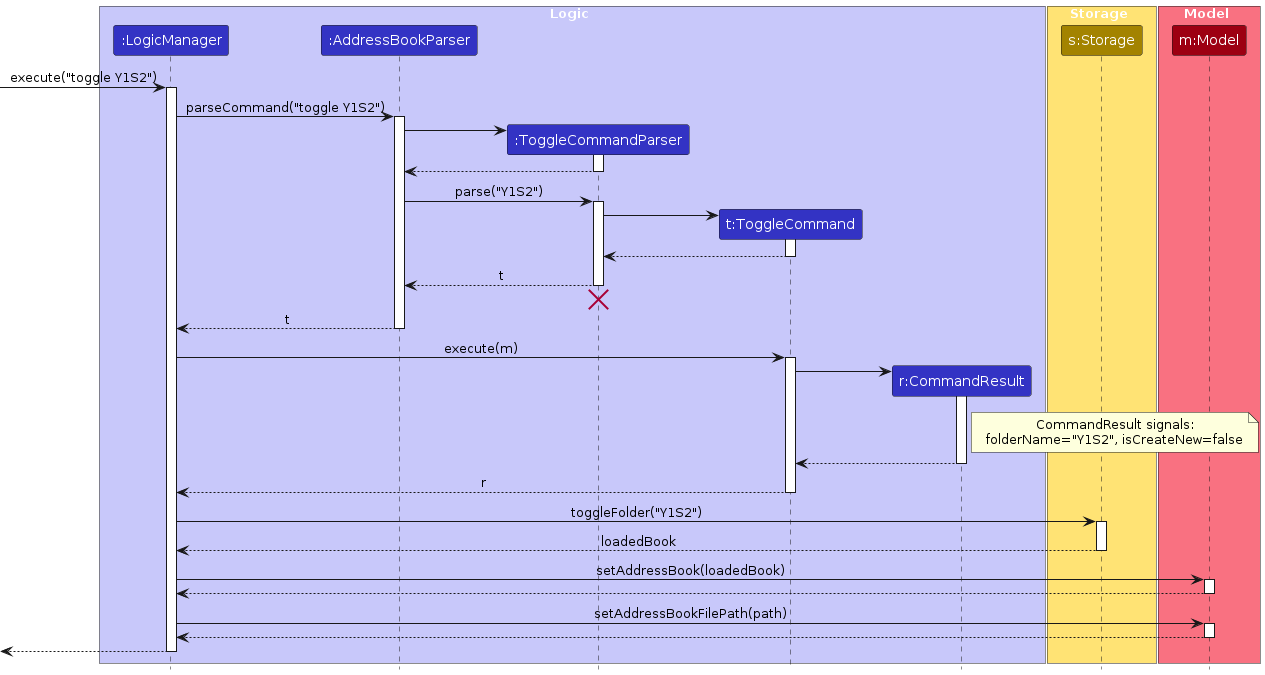
This is diagrams/ToggleSequenceDiagram.png from AY2526S2-CS2103T-F10-4/tp, a PlantUML export, as it was before one commit. Its source is kept beside it as diagrams/ToggleSequenceDiagram.puml. The source it was exported from:
```plantuml
@startuml ToggleSequenceDiagram
!include style.puml
skinparam ArrowFontStyle plain

box Logic LOGIC_COLOR_T1
participant ":LogicManager" as LogicManager LOGIC_COLOR
participant ":AddressBookParser" as AddressBookParser LOGIC_COLOR
participant ":ToggleCommandParser" as ToggleCommandParser LOGIC_COLOR
participant "t:ToggleCommand" as ToggleCommand LOGIC_COLOR
participant "r:CommandResult" as CommandResult LOGIC_COLOR
end box

box Storage STORAGE_COLOR_T1
participant "s:Storage" as Storage STORAGE_COLOR
end box

box Model MODEL_COLOR_T1
participant "m:Model" as Model MODEL_COLOR
end box

[-> LogicManager : execute("toggle Y1S2")
activate LogicManager

LogicManager -> AddressBookParser : parseCommand("toggle Y1S2")
activate AddressBookParser

create ToggleCommandParser
AddressBookParser -> ToggleCommandParser
activate ToggleCommandParser

ToggleCommandParser --> AddressBookParser
deactivate ToggleCommandParser

AddressBookParser -> ToggleCommandParser : parse("Y1S2")
activate ToggleCommandParser

create ToggleCommand
ToggleCommandParser -> ToggleCommand
activate ToggleCommand

ToggleCommand --> ToggleCommandParser
deactivate ToggleCommand

ToggleCommandParser --> AddressBookParser : t
deactivate ToggleCommandParser
ToggleCommandParser -[hidden]-> AddressBookParser
destroy ToggleCommandParser

AddressBookParser --> LogicManager : t
deactivate AddressBookParser

LogicManager -> ToggleCommand : execute(m)
activate ToggleCommand

create CommandResult
ToggleCommand -> CommandResult
activate CommandResult

note right of CommandResult
  CommandResult signals:
  folderName="Y1S2", isCreateNew=false
end note

CommandResult --> ToggleCommand
deactivate CommandResult

ToggleCommand --> LogicManager : r
deactivate ToggleCommand


LogicManager -> Storage : toggleFolder("Y1S2")
activate Storage

Storage --> LogicManager : loadedBook
deactivate Storage

LogicManager -> Model : setAddressBook(loadedBook)
activate Model

Model --> LogicManager
deactivate Model

LogicManager -> Model : setAddressBookFilePath(path)
activate Model

Model --> LogicManager
deactivate Model

[<-- LogicManager
deactivate LogicManager
@enduml
```
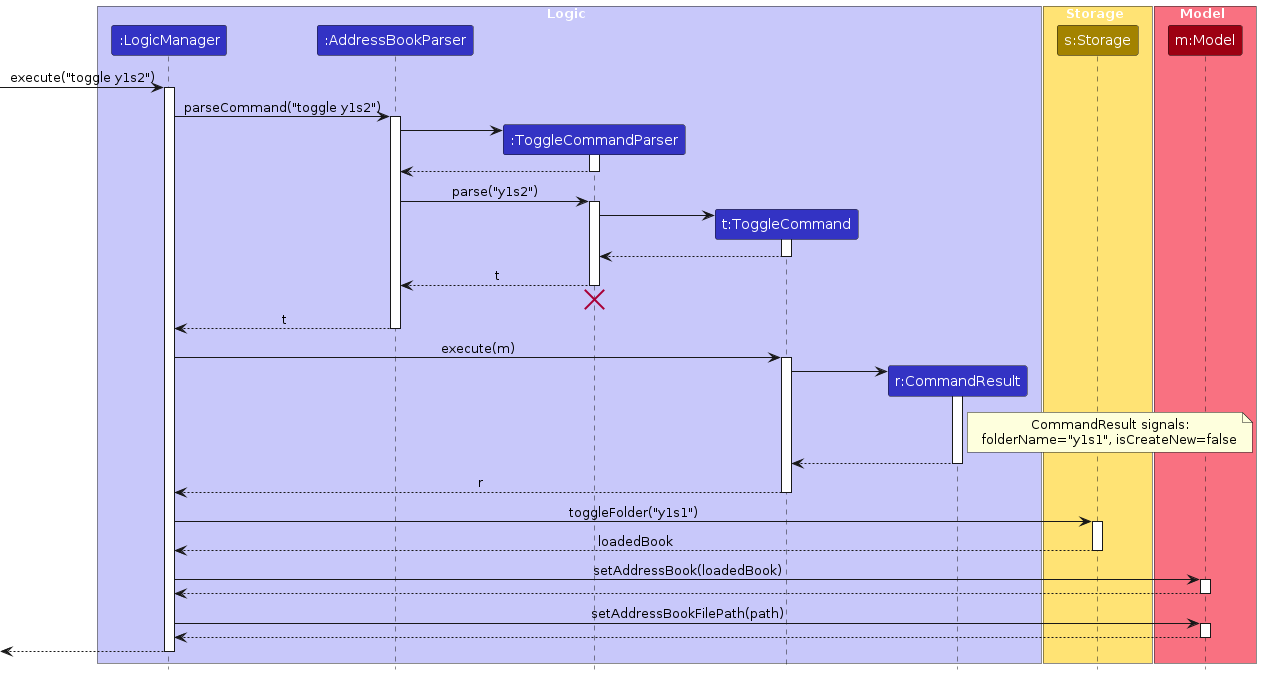
After the commit.

Diff of the diagram source:
```diff
@@ -18,10 +18,10 @@
 participant "m:Model" as Model MODEL_COLOR
 end box
 
-[-> LogicManager : execute("toggle Y1S2")
+[-> LogicManager : execute("toggle y1s2")
 activate LogicManager
 
-LogicManager -> AddressBookParser : parseCommand("toggle Y1S2")
+LogicManager -> AddressBookParser : parseCommand("toggle y1s2")
 activate AddressBookParser
 
 create ToggleCommandParser
@@ -31,7 +31,7 @@
 ToggleCommandParser --> AddressBookParser
 deactivate ToggleCommandParser
 
-AddressBookParser -> ToggleCommandParser : parse("Y1S2")
+AddressBookParser -> ToggleCommandParser : parse("y1s2")
 activate ToggleCommandParser
 
 create ToggleCommand
@@ -58,7 +58,7 @@
 
 note right of CommandResult
   CommandResult signals:
-  folderName="Y1S2", isCreateNew=false
+  folderName="y1s1", isCreateNew=false
 end note
 
 CommandResult --> ToggleCommand
@@ -68,7 +68,7 @@
 deactivate ToggleCommand
 
 
-LogicManager -> Storage : toggleFolder("Y1S2")
+LogicManager -> Storage : toggleFolder("y1s1")
 activate Storage
 
 Storage --> LogicManager : loadedBook
```
